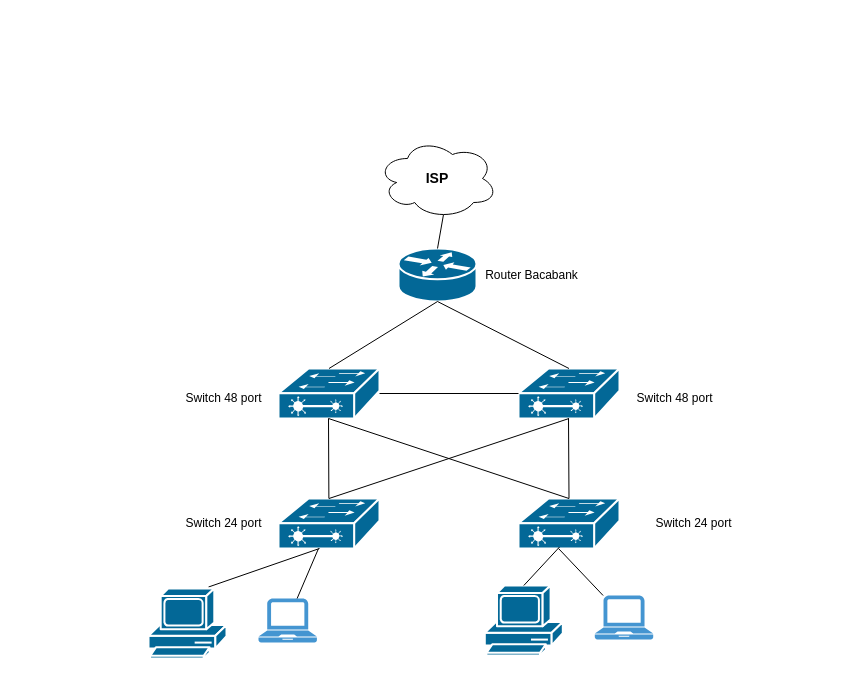
bienit/bienit keeps this draw.io diagram as Untitled Diagram.drawio. Above is the earlier version. Source tidied: cells renumbered, new cells numbered last; positions are measured from the earlier drawing's top-left corner, leaving out a move shared by most shapes. Both pictures are drawn from the tidied source at 100%, with x=0, y=0 at pixel (148, 138).
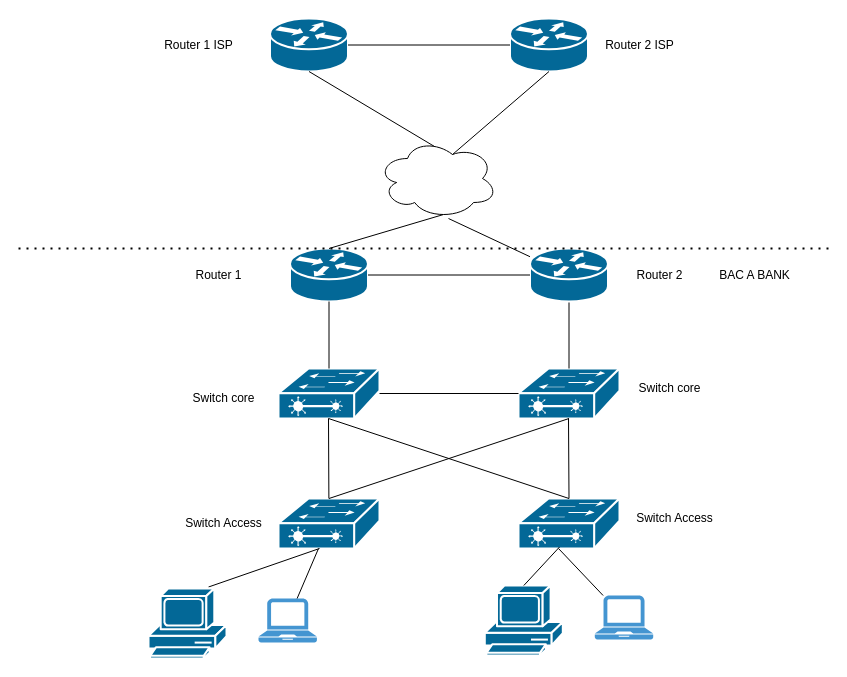
Above is the later version.

Unchanged cells that the change refers to:
```xml
<mxCell id="3" style="shape=mxgraph.cisco.switches.layer_2_remote_switch;sketch=0;html=1;dashed=0;fillColor=#036897;strokeColor=#ffffff;strokeWidth=2;verticalLabelPosition=bottom;verticalAlign=top;align=center;outlineConnect=0;" parent="1" vertex="1">
  <mxGeometry x="370" y="230" width="101" height="50" as="geometry" />
</mxCell>
```

Diff of the diagram source:
```diff
@@
-    <mxCell id="6" value="Switch 48 port&lt;br&gt;" style="text;html=1;align=center;verticalAlign=middle;fillColor=none;strokeColor=none;rounded=0;" parent="1" vertex="1">
-      <mxGeometry x="30" y="250" width="90" height="20" as="geometry" />
+    <mxCell id="6" value="Switch core&lt;br&gt;" style="text;html=1;align=center;verticalAlign=middle;fillColor=none;strokeColor=none;rounded=0;" parent="1" vertex="1">
+      <mxGeometry x="35" y="250" width="80" height="20" as="geometry" />
     </mxCell>
-    <mxCell id="7" value="Switch 48 port&lt;br&gt;" style="text;html=1;align=center;verticalAlign=middle;fillColor=none;strokeColor=none;rounded=0;" parent="1" vertex="1">
-      <mxGeometry x="481" y="250" width="90" height="20" as="geometry" />
-    </mxCell>
-    <mxCell id="8" value="Switch 24 port" style="text;html=1;align=center;verticalAlign=middle;fillColor=none;strokeColor=none;rounded=0;" parent="1" vertex="1">
+    <mxCell id="8" value="Switch Access" style="text;html=1;align=center;verticalAlign=middle;fillColor=none;strokeColor=none;rounded=0;" parent="1" vertex="1">
       <mxGeometry x="30" y="375" width="90" height="20" as="geometry" />
     </mxCell>
-    <mxCell id="9" value="Switch 24 port" style="text;html=1;align=center;verticalAlign=middle;fillColor=none;strokeColor=none;rounded=0;" parent="1" vertex="1">
-      <mxGeometry x="500" y="375" width="90" height="20" as="geometry" />
-    </mxCell>
@@
     <mxCell id="15" style="shape=mxgraph.cisco.routers.router;sketch=0;html=1;dashed=0;fillColor=#036897;strokeColor=#ffffff;strokeWidth=2;verticalLabelPosition=bottom;verticalAlign=top;align=center;outlineConnect=0;" parent="1" vertex="1">
-      <mxGeometry x="250" y="110" width="78" height="53" as="geometry" />
+      <mxGeometry x="141.5" y="110" width="78" height="53" as="geometry" />
     </mxCell>
@@
-    <mxCell id="17" style="endArrow=none;html=1;rounded=0;elbow=vertical;entryX=0.5;entryY=0;entryDx=0;entryDy=0;entryPerimeter=0;exitX=0.5;exitY=1;exitDx=0;exitDy=0;exitPerimeter=0;" parent="1" edge="1" source="15" target="3">
+    <mxCell id="17" style="endArrow=none;html=1;rounded=0;elbow=vertical;entryX=0.5;entryY=0;entryDx=0;entryDy=0;entryPerimeter=0;exitX=0.5;exitY=1;exitDx=0;exitDy=0;exitPerimeter=0;" parent="1" edge="1" source="29" target="3">
       <mxGeometry relative="1" as="geometry" />
     </mxCell>
@@
-    <mxCell id="20" value="&lt;b&gt;&lt;font style=&quot;font-size: 14px&quot;&gt;ISP&lt;/font&gt;&lt;/b&gt;" style="ellipse;shape=cloud;whiteSpace=wrap;html=1;" parent="1" vertex="1">
+    <mxCell id="20" style="ellipse;shape=cloud;whiteSpace=wrap;html=1;" parent="1" vertex="1">
       <mxGeometry x="229" width="120" height="80" as="geometry" />
     </mxCell>
-    <mxCell id="21" value="Router Bacabank" style="text;html=1;align=center;verticalAlign=middle;fillColor=none;strokeColor=none;rounded=0;" parent="1" vertex="1">
-      <mxGeometry x="328" y="126.5" width="110" height="20" as="geometry" />
-    </mxCell>
@@
+    <mxCell id="29" style="shape=mxgraph.cisco.routers.router;sketch=0;html=1;dashed=0;fillColor=#036897;strokeColor=#ffffff;strokeWidth=2;verticalLabelPosition=bottom;verticalAlign=top;align=center;outlineConnect=0;" parent="1" vertex="1">
+      <mxGeometry x="381.5" y="110" width="78" height="53" as="geometry" />
+    </mxCell>
+    <mxCell id="30" style="endArrow=none;html=1;rounded=0;" parent="1" edge="1" source="29">
+      <mxGeometry relative="1" as="geometry">
+        <mxPoint x="300" y="80" as="targetPoint" />
+      </mxGeometry>
+    </mxCell>
+    <mxCell id="31" value="Switch core&lt;br&gt;" style="text;html=1;align=center;verticalAlign=middle;fillColor=none;strokeColor=none;rounded=0;" parent="1" vertex="1">
+      <mxGeometry x="481" y="240" width="80" height="20" as="geometry" />
+    </mxCell>
+    <mxCell id="32" value="Switch Access" style="text;html=1;align=center;verticalAlign=middle;fillColor=none;strokeColor=none;rounded=0;" parent="1" vertex="1">
+      <mxGeometry x="481" y="370" width="90" height="20" as="geometry" />
+    </mxCell>
+    <mxCell id="33" value="Router 1&lt;br&gt;" style="text;html=1;align=center;verticalAlign=middle;fillColor=none;strokeColor=none;rounded=0;" parent="1" vertex="1">
+      <mxGeometry x="40" y="126.5" width="60" height="20" as="geometry" />
+    </mxCell>
+    <mxCell id="34" value="Router 2&lt;br&gt;" style="text;html=1;align=center;verticalAlign=middle;fillColor=none;strokeColor=none;rounded=0;" parent="1" vertex="1">
+      <mxGeometry x="481" y="126.5" width="60" height="20" as="geometry" />
+    </mxCell>
+    <mxCell id="35" style="endArrow=none;dashed=1;html=1;dashPattern=1 3;strokeWidth=2;rounded=0;" parent="1" edge="1">
+      <mxGeometry relative="1" as="geometry">
+        <mxPoint x="-130" y="110" as="sourcePoint" />
+        <mxPoint x="680" y="110" as="targetPoint" />
+      </mxGeometry>
+    </mxCell>
+    <mxCell id="36" value="BAC A BANK&lt;br&gt;" style="text;html=1;align=center;verticalAlign=middle;fillColor=none;strokeColor=none;rounded=0;" parent="1" vertex="1">
+      <mxGeometry x="561" y="126.5" width="90" height="20" as="geometry" />
+    </mxCell>
+    <mxCell id="37" style="shape=mxgraph.cisco.routers.router;sketch=0;html=1;dashed=0;fillColor=#036897;strokeColor=#ffffff;strokeWidth=2;verticalLabelPosition=bottom;verticalAlign=top;align=center;outlineConnect=0;" parent="1" vertex="1">
+      <mxGeometry x="121.5" y="-120" width="78" height="53" as="geometry" />
+    </mxCell>
+    <mxCell id="38" style="shape=mxgraph.cisco.routers.router;sketch=0;html=1;dashed=0;fillColor=#036897;strokeColor=#ffffff;strokeWidth=2;verticalLabelPosition=bottom;verticalAlign=top;align=center;outlineConnect=0;" parent="1" vertex="1">
+      <mxGeometry x="361.5" y="-120" width="78" height="53" as="geometry" />
+    </mxCell>
+    <mxCell id="39" value="Router 1 ISP" style="text;html=1;align=center;verticalAlign=middle;fillColor=none;strokeColor=none;rounded=0;" parent="1" vertex="1">
+      <mxGeometry x="10" y="-103.5" width="80" height="20" as="geometry" />
+    </mxCell>
+    <mxCell id="40" value="Router 2 ISP" style="text;html=1;align=center;verticalAlign=middle;fillColor=none;strokeColor=none;rounded=0;" parent="1" vertex="1">
+      <mxGeometry x="451" y="-103.5" width="80" height="20" as="geometry" />
+    </mxCell>
+    <mxCell id="41" style="endArrow=none;html=1;rounded=0;exitX=0.5;exitY=1;exitDx=0;exitDy=0;exitPerimeter=0;entryX=0.475;entryY=0.1;entryDx=0;entryDy=0;entryPerimeter=0;" parent="1" edge="1" source="37" target="20">
+      <mxGeometry relative="1" as="geometry" />
+    </mxCell>
+    <mxCell id="42" style="endArrow=none;html=1;rounded=0;entryX=0.5;entryY=1;entryDx=0;entryDy=0;entryPerimeter=0;exitX=0.625;exitY=0.2;exitDx=0;exitDy=0;exitPerimeter=0;" parent="1" edge="1" source="20" target="38">
+      <mxGeometry relative="1" as="geometry" />
+    </mxCell>
+    <mxCell id="43" style="endArrow=none;html=1;rounded=0;exitX=1;exitY=0.5;exitDx=0;exitDy=0;exitPerimeter=0;entryX=0;entryY=0.5;entryDx=0;entryDy=0;entryPerimeter=0;" parent="1" edge="1" source="37" target="38">
+      <mxGeometry relative="1" as="geometry" />
+    </mxCell>
+    <mxCell id="44" style="endArrow=none;html=1;rounded=0;exitX=1;exitY=0.5;exitDx=0;exitDy=0;exitPerimeter=0;" parent="1" edge="1" source="15" target="29">
+      <mxGeometry relative="1" as="geometry" />
+    </mxCell>
```
